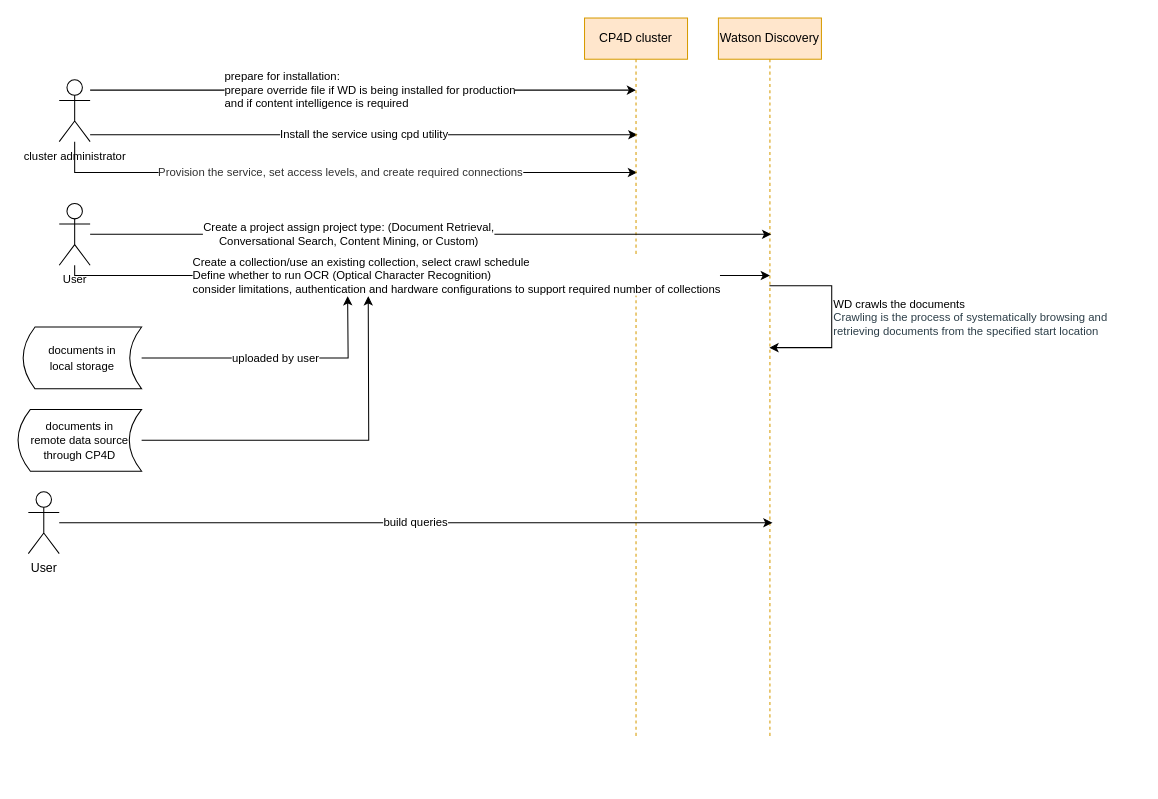
kanchantewary/CloudPakForData keeps this draw.io diagram as wd.drawio. Above is the earlier version. Source tidied: cells renumbered, new cells numbered last; positions are measured from the earlier drawing's top-left corner, leaving out a move shared by most shapes. Both pictures are drawn from the tidied source at 103%, with x=0, y=0 at pixel (18, 18).
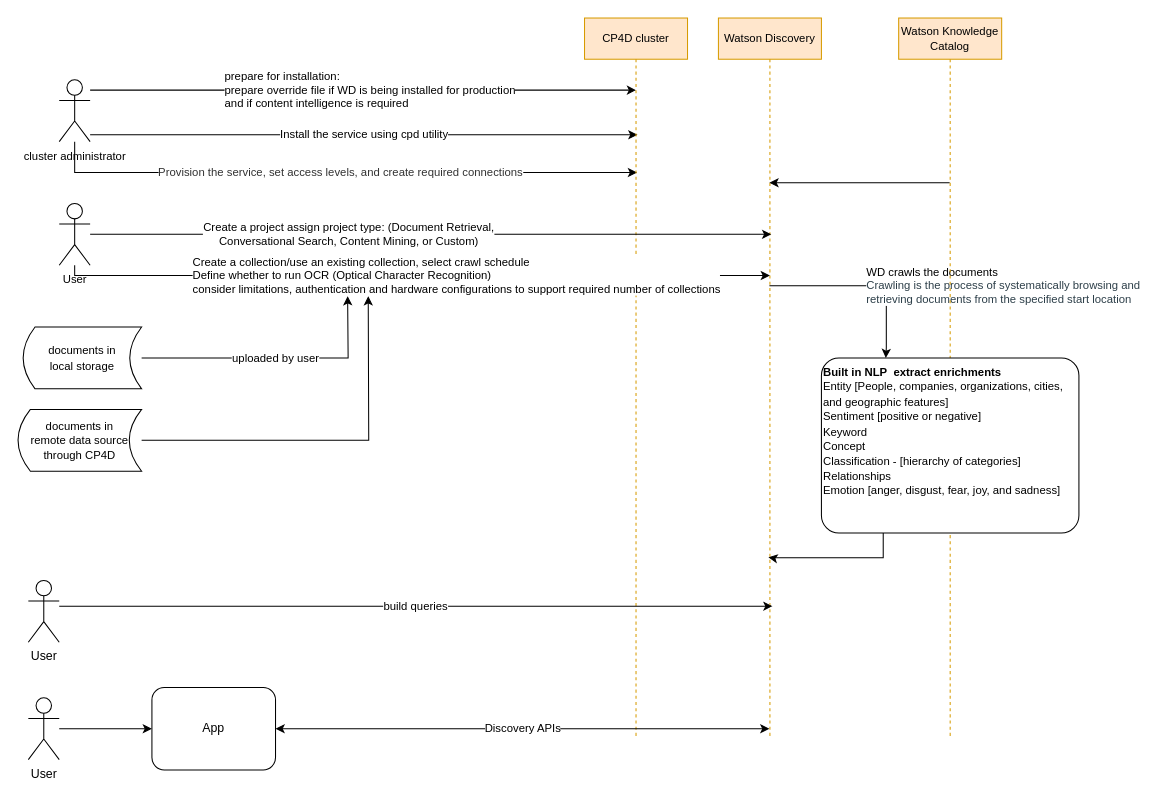
The same diagram, later.

Diff of the diagram source:
```diff
@@
-    <mxCell id="6" value="CP4D cluster" style="shape=umlLifeline;perimeter=lifelinePerimeter;whiteSpace=wrap;html=1;outlineConnect=0;fillColor=#ffe6cc;strokeColor=#d79b00;" parent="1" vertex="1">
+    <mxCell id="6" value="&lt;font style=&quot;font-size: 11px&quot;&gt;CP4D cluster&lt;/font&gt;" style="shape=umlLifeline;perimeter=lifelinePerimeter;whiteSpace=wrap;html=1;outlineConnect=0;fillColor=#ffe6cc;strokeColor=#d79b00;" parent="1" vertex="1">
       <mxGeometry x="550" width="100" height="700" as="geometry" />
     </mxCell>
-    <mxCell id="7" value="Watson Discovery" style="shape=umlLifeline;perimeter=lifelinePerimeter;whiteSpace=wrap;html=1;outlineConnect=0;fillColor=#ffe6cc;strokeColor=#d79b00;" parent="1" vertex="1">
+    <mxCell id="7" value="&lt;font style=&quot;font-size: 11px&quot;&gt;Watson Discovery&lt;/font&gt;" style="shape=umlLifeline;perimeter=lifelinePerimeter;whiteSpace=wrap;html=1;outlineConnect=0;fillColor=#ffe6cc;strokeColor=#d79b00;" parent="1" vertex="1">
       <mxGeometry x="680" width="100" height="700" as="geometry" />
     </mxCell>
@@
-    <mxCell id="15" value="&lt;font style=&quot;font-size: 11px&quot;&gt;WD crawls the documents &lt;br&gt;&lt;span style=&quot;color: rgb(45 , 63 , 73)&quot;&gt;Crawling is the process of systematically browsing and &lt;br&gt;retrieving documents from the specified start location&lt;/span&gt;&lt;/font&gt;" style="edgeStyle=orthogonalEdgeStyle;rounded=0;orthogonalLoop=1;jettySize=auto;html=1;align=left;" parent="1" edge="1" source="7" target="7">
+    <mxCell id="15" value="&lt;font style=&quot;font-size: 11px&quot;&gt;WD crawls the documents &lt;br&gt;&lt;span style=&quot;color: rgb(45 , 63 , 73)&quot;&gt;Crawling is the process of systematically browsing and &lt;br&gt;retrieving documents from the specified start location&lt;/span&gt;&lt;/font&gt;" style="edgeStyle=orthogonalEdgeStyle;rounded=0;jettySize=auto;html=1;align=left;entryX=0.25;entryY=0;entryDx=0;entryDy=0;" parent="1" edge="1" source="7" target="21">
       <mxGeometry relative="1" as="geometry">
         <Array as="points">
-          <mxPoint x="790" y="260" />
-          <mxPoint x="750" y="320" />
+          <mxPoint x="843" y="260" />
+          <mxPoint x="843" y="320" />
         </Array>
       </mxGeometry>
     </mxCell>
-    <mxCell id="16" value="build queries" style="edgeStyle=orthogonalEdgeStyle;rounded=0;jettySize=auto;html=1;entryX=0.525;entryY=0.7;entryDx=0;entryDy=0;entryPerimeter=0;" parent="1" edge="1" source="17" target="7">
-      <mxGeometry relative="1" as="geometry" />
+    <mxCell id="16" value="build queries" style="edgeStyle=orthogonalEdgeStyle;rounded=0;orthogonalLoop=1;jettySize=auto;html=1;entryX=0.525;entryY=0.7;entryDx=0;entryDy=0;entryPerimeter=0;" parent="1" edge="1">
+      <mxGeometry relative="1" as="geometry">
+        <mxPoint x="40" y="571" as="sourcePoint" />
+        <mxPoint x="732.5" y="571" as="targetPoint" />
+      </mxGeometry>
     </mxCell>
     <mxCell id="17" value="User" style="shape=umlActor;verticalLabelPosition=bottom;verticalAlign=top;html=1;outlineConnect=0;" parent="1" vertex="1">
-      <mxGeometry x="10" y="460" width="30" height="60" as="geometry" />
+      <mxGeometry x="10" y="546" width="30" height="60" as="geometry" />
     </mxCell>
+    <mxCell id="18" style="edgeStyle=orthogonalEdgeStyle;rounded=0;jettySize=auto;html=1;" parent="1" edge="1" source="19" target="7">
+      <mxGeometry relative="1" as="geometry">
+        <Array as="points">
+          <mxPoint x="840" y="160" />
+          <mxPoint x="840" y="160" />
+        </Array>
+      </mxGeometry>
+    </mxCell>
+    <mxCell id="19" value="&lt;font style=&quot;font-size: 11px&quot;&gt;Watson Knowledge Catalog&lt;/font&gt;" style="shape=umlLifeline;perimeter=lifelinePerimeter;whiteSpace=wrap;html=1;outlineConnect=0;fillColor=#ffe6cc;strokeColor=#d79b00;" parent="1" vertex="1">
+      <mxGeometry x="855" width="100" height="700" as="geometry" />
+    </mxCell>
+    <mxCell id="20" style="edgeStyle=orthogonalEdgeStyle;rounded=0;jettySize=auto;html=1;entryX=0.485;entryY=0.748;entryDx=0;entryDy=0;entryPerimeter=0;" parent="1" edge="1" source="21" target="7">
+      <mxGeometry relative="1" as="geometry">
+        <Array as="points">
+          <mxPoint x="840" y="524" />
+          <mxPoint x="731" y="524" />
+        </Array>
+      </mxGeometry>
+    </mxCell>
+    <mxCell id="21" value="&lt;div&gt;&lt;div&gt;&lt;b&gt;&lt;span style=&quot;font-size: 11px&quot;&gt;Built in NLP&amp;nbsp; &lt;/span&gt;&lt;span style=&quot;font-size: 11px&quot;&gt;extract enrichments&amp;nbsp;&lt;/span&gt;&lt;/b&gt;&lt;/div&gt;&lt;div&gt;&lt;span style=&quot;font-size: 11px&quot;&gt;Entity [People, companies, organizations, cities, and geographic features]&lt;/span&gt;&lt;/div&gt;&lt;div&gt;&lt;span style=&quot;font-size: 11px&quot;&gt;Sentiment [positive or negative]&lt;/span&gt;&lt;/div&gt;&lt;div&gt;&lt;span style=&quot;font-size: 11px&quot;&gt;Keyword&lt;/span&gt;&lt;/div&gt;&lt;div&gt;&lt;span style=&quot;font-size: 11px&quot;&gt;Concept&lt;/span&gt;&lt;/div&gt;&lt;div&gt;&lt;span style=&quot;font-size: 11px&quot;&gt;Classification - [hierarchy of categories]&lt;/span&gt;&lt;/div&gt;&lt;div&gt;&lt;span style=&quot;font-size: 11px&quot;&gt;Relationships&lt;/span&gt;&lt;/div&gt;&lt;div&gt;&lt;span style=&quot;font-size: 11px&quot;&gt;Emotion [anger, disgust, fear, joy, and sadness]&lt;/span&gt;&lt;/div&gt;&lt;/div&gt;&lt;font style=&quot;font-size: 11px&quot;&gt;&lt;div&gt;&lt;span&gt;&lt;br&gt;&lt;/span&gt;&lt;/div&gt;&lt;br&gt;&lt;/font&gt;" style="shape=ext;rounded=1;html=1;whiteSpace=wrap;arcSize=10;align=left;" parent="1" vertex="1">
+      <mxGeometry x="780" y="330" width="250" height="170" as="geometry" />
+    </mxCell>
+    <mxCell id="22" style="edgeStyle=orthogonalEdgeStyle;rounded=0;jettySize=auto;html=1;entryX=0;entryY=0.5;entryDx=0;entryDy=0;" parent="1" edge="1" source="23" target="25">
+      <mxGeometry relative="1" as="geometry" />
+    </mxCell>
+    <mxCell id="23" value="User" style="shape=umlActor;verticalLabelPosition=bottom;verticalAlign=top;html=1;outlineConnect=0;" parent="1" vertex="1">
+      <mxGeometry x="10" y="660" width="30" height="60" as="geometry" />
+    </mxCell>
+    <mxCell id="24" value="Discovery APIs" style="edgeStyle=orthogonalEdgeStyle;rounded=0;jettySize=auto;html=1;startArrow=classic;startFill=1;" parent="1" edge="1" source="25" target="7">
+      <mxGeometry relative="1" as="geometry">
+        <Array as="points">
+          <mxPoint x="560" y="690" />
+          <mxPoint x="560" y="690" />
+        </Array>
+      </mxGeometry>
+    </mxCell>
+    <mxCell id="25" value="App" style="shape=ext;rounded=1;html=1;whiteSpace=wrap;" parent="1" vertex="1">
+      <mxGeometry x="130" y="650" width="120" height="80" as="geometry" />
+    </mxCell>
```
